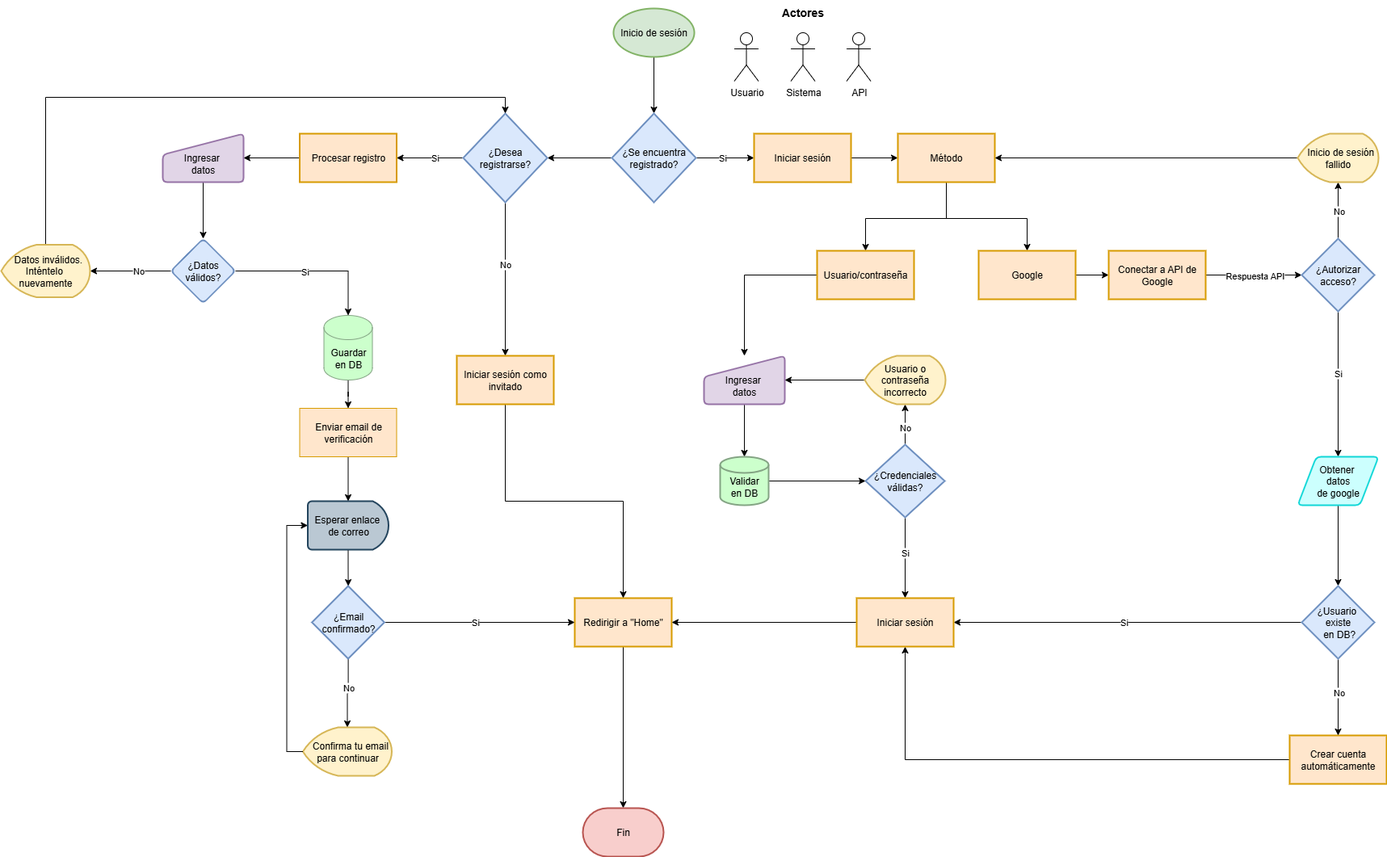
This is Flujograma de registro e inicio de sesión.png from DjGuetta/App-Hotel-Management, a draw.io export, as it was before one commit. Source tidied: cells renumbered, new cells last; positions are measured from the earlier drawing's top-left corner, leaving out a move shared by most shapes.
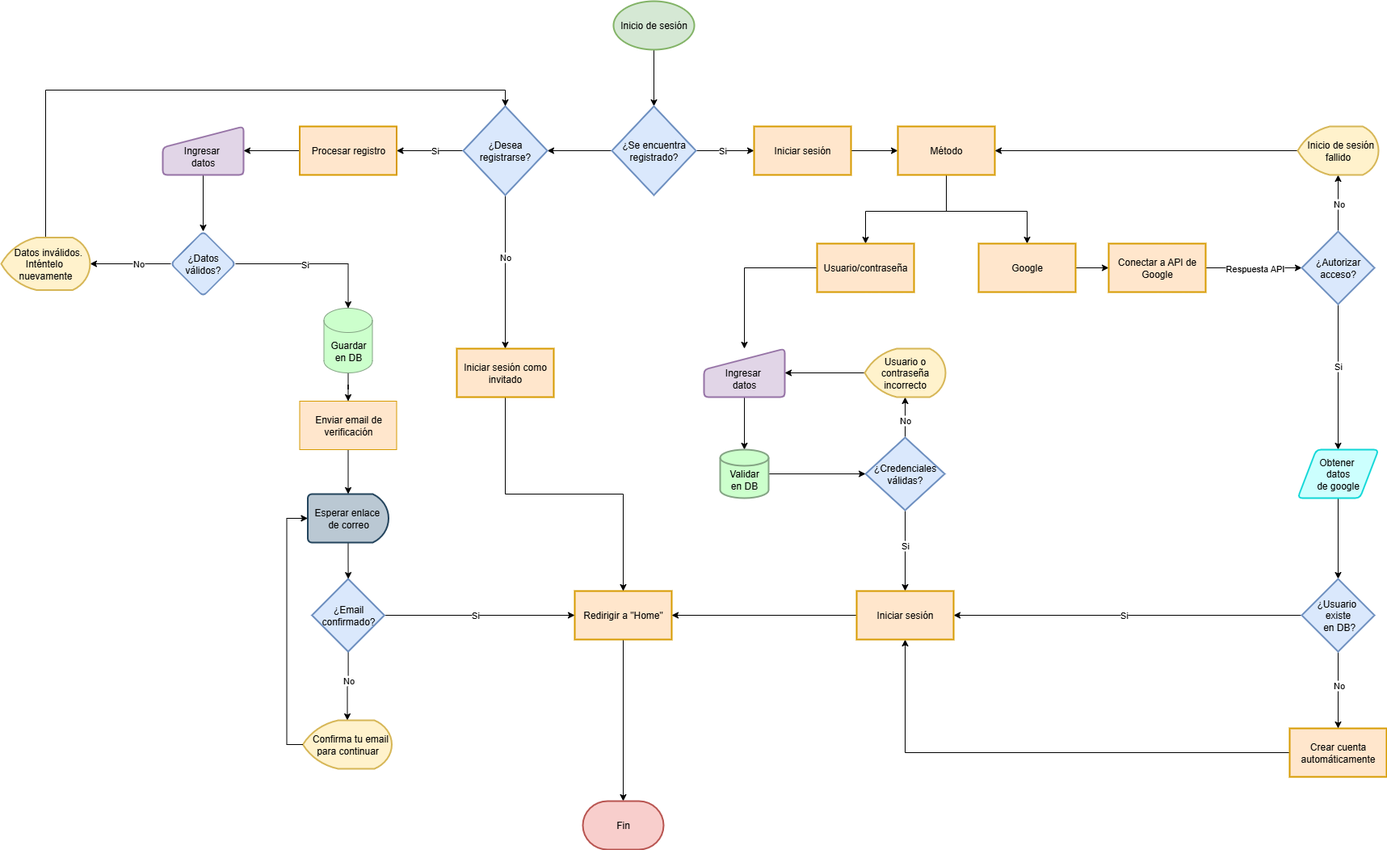
After the commit.

Commit message:
Eliminando actores que intervienen en el sistema (no es apto para el diagrama)

What changed in the source:
```diff
@@ -2,15 +2,6 @@
   <root>
     <mxCell id="0" />
     <mxCell id="1" parent="0" />
-    <mxCell id="2" value="Usuario" style="shape=umlActor;verticalLabelPosition=bottom;verticalAlign=top;html=1;" parent="1" vertex="1">
-      <mxGeometry x="907.5" y="40" width="30" height="60" as="geometry" />
-    </mxCell>
-    <mxCell id="3" value="Actores" style="text;html=1;align=center;verticalAlign=middle;strokeColor=none;fillColor=none;fontSize=14;fontStyle=1;" parent="1" vertex="1">
-      <mxGeometry x="957" width="70" height="30" as="geometry" />
-    </mxCell>
-    <mxCell id="4" value="Sistema" style="shape=umlActor;verticalLabelPosition=bottom;verticalAlign=top;html=1;" parent="1" vertex="1">
-      <mxGeometry x="977.5" y="40" width="30" height="60" as="geometry" />
-    </mxCell>
     <mxCell id="5" style="edgeStyle=orthogonalEdgeStyle;rounded=0;jettySize=auto;html=1;" parent="1" edge="1" source="6" target="10">
       <mxGeometry relative="1" as="geometry" />
     </mxCell>
@@ -31,9 +22,6 @@
     <mxCell id="10" value="¿Se encuentra registrado?" style="rhombus;whiteSpace=wrap;html=1;strokeWidth=2;fillColor=#dae8fc;strokeColor=#6c8ebf;" parent="1" vertex="1">
       <mxGeometry x="756" y="140" width="104" height="110" as="geometry" />
     </mxCell>
-    <mxCell id="11" value="API" style="shape=umlActor;verticalLabelPosition=bottom;verticalAlign=top;html=1;" parent="1" vertex="1">
-      <mxGeometry x="1046.5" y="40" width="30" height="60" as="geometry" />
-    </mxCell>
     <mxCell id="12" style="edgeStyle=orthogonalEdgeStyle;rounded=0;jettySize=auto;html=1;" parent="1" edge="1" source="13" target="16">
       <mxGeometry relative="1" as="geometry" />
     </mxCell>
```
